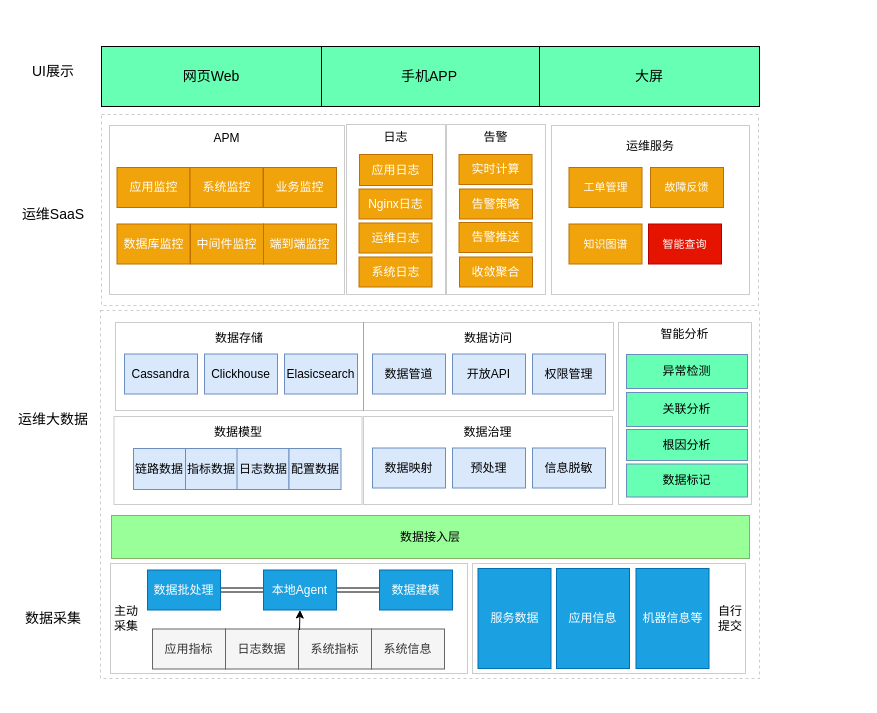
Earlier version of the draw.io diagram 传化盖亚架构图.drawio (sunface/draw.io). Source tidied: cells renumbered, new cells numbered last; positions are measured from the earlier drawing's top-left corner, leaving out a move shared by most shapes. Both pictures are drawn from the tidied source at 100%, with x=0, y=0 at pixel (17, 46).
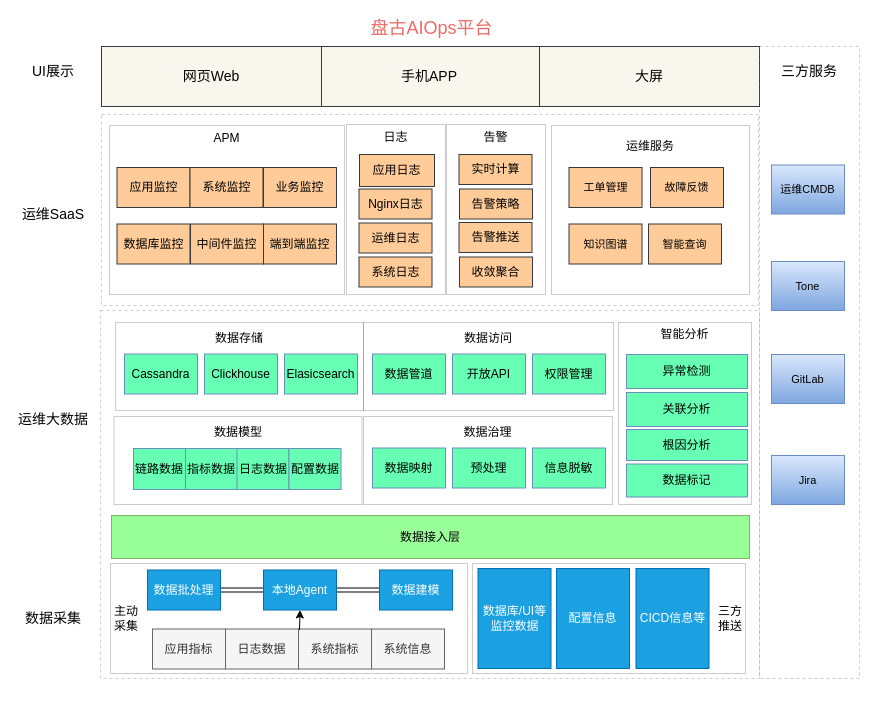
Above is the later version.

Commit message (it also covers changes not shown here):
Update 传化盖亚架构图.drawio

Diff of the diagram source:
```diff
@@
-    <mxCell id="16" value="链路数据" style="rounded=0;whiteSpace=wrap;html=1;shadow=0;fillColor=#dae8fc;fontSize=12;strokeColor=#6c8ebf;" parent="1" vertex="1">
+    <mxCell id="16" value="链路数据" style="rounded=0;whiteSpace=wrap;html=1;shadow=0;fillColor=#66FFB3;fontSize=12;strokeColor=#6c8ebf;" parent="1" vertex="1">
       <mxGeometry x="116" y="402" width="52" height="41" as="geometry" />
     </mxCell>
@@
-    <mxCell id="18" value="数据映射" style="rounded=0;whiteSpace=wrap;html=1;shadow=0;fillColor=#dae8fc;fontSize=12;strokeColor=#6c8ebf;" parent="1" vertex="1">
+    <mxCell id="18" value="数据映射" style="rounded=0;whiteSpace=wrap;html=1;shadow=0;fillColor=#66FFB3;fontSize=12;strokeColor=#6c8ebf;" parent="1" vertex="1">
       <mxGeometry x="355" y="401.5" width="73" height="40" as="geometry" />
     </mxCell>
-    <mxCell id="19" value="预处理" style="rounded=0;whiteSpace=wrap;html=1;shadow=0;fillColor=#dae8fc;fontSize=12;strokeColor=#6c8ebf;" parent="1" vertex="1">
+    <mxCell id="19" value="预处理" style="rounded=0;whiteSpace=wrap;html=1;shadow=0;fillColor=#66FFB3;fontSize=12;strokeColor=#6c8ebf;" parent="1" vertex="1">
       <mxGeometry x="435" y="401.5" width="73" height="40" as="geometry" />
     </mxCell>
@@
-    <mxCell id="21" value="Cassandra" style="rounded=0;whiteSpace=wrap;html=1;shadow=0;fillColor=#dae8fc;fontSize=12;strokeColor=#6c8ebf;" parent="1" vertex="1">
+    <mxCell id="21" value="Cassandra" style="rounded=0;whiteSpace=wrap;html=1;shadow=0;fillColor=#66FFB3;fontSize=12;strokeColor=#6c8ebf;" parent="1" vertex="1">
       <mxGeometry x="107" y="307.5" width="73" height="40" as="geometry" />
     </mxCell>
-    <mxCell id="22" value="Clickhouse" style="rounded=0;whiteSpace=wrap;html=1;shadow=0;fillColor=#dae8fc;fontSize=12;strokeColor=#6c8ebf;" parent="1" vertex="1">
+    <mxCell id="22" value="Clickhouse" style="rounded=0;whiteSpace=wrap;html=1;shadow=0;fillColor=#66FFB3;fontSize=12;strokeColor=#6c8ebf;" parent="1" vertex="1">
       <mxGeometry x="187" y="307.5" width="73" height="40" as="geometry" />
     </mxCell>
-    <mxCell id="23" value="Elasicsearch" style="rounded=0;whiteSpace=wrap;html=1;shadow=0;fillColor=#dae8fc;fontSize=12;strokeColor=#6c8ebf;" parent="1" vertex="1">
+    <mxCell id="23" value="Elasicsearch" style="rounded=0;whiteSpace=wrap;html=1;shadow=0;fillColor=#66FFB3;fontSize=12;strokeColor=#6c8ebf;" parent="1" vertex="1">
       <mxGeometry x="267" y="307.5" width="73" height="40" as="geometry" />
     </mxCell>
@@
-    <mxCell id="25" value="数据管道" style="rounded=0;whiteSpace=wrap;html=1;shadow=0;fillColor=#dae8fc;fontSize=12;strokeColor=#6c8ebf;" parent="1" vertex="1">
+    <mxCell id="25" value="数据管道" style="rounded=0;whiteSpace=wrap;html=1;shadow=0;fillColor=#66FFB3;fontSize=12;strokeColor=#6c8ebf;" parent="1" vertex="1">
       <mxGeometry x="355" y="307.5" width="73" height="40" as="geometry" />
     </mxCell>
-    <mxCell id="26" value="开放API" style="rounded=0;whiteSpace=wrap;html=1;shadow=0;fillColor=#dae8fc;fontSize=12;strokeColor=#6c8ebf;" parent="1" vertex="1">
+    <mxCell id="26" value="开放API" style="rounded=0;whiteSpace=wrap;html=1;shadow=0;fillColor=#66FFB3;fontSize=12;strokeColor=#6c8ebf;" parent="1" vertex="1">
       <mxGeometry x="435" y="307.5" width="73" height="40" as="geometry" />
     </mxCell>
-    <mxCell id="27" value="信息脱敏" style="rounded=0;whiteSpace=wrap;html=1;shadow=0;fillColor=#dae8fc;fontSize=12;strokeColor=#6c8ebf;" parent="1" vertex="1">
+    <mxCell id="27" value="信息脱敏" style="rounded=0;whiteSpace=wrap;html=1;shadow=0;fillColor=#66FFB3;fontSize=12;strokeColor=#6c8ebf;" parent="1" vertex="1">
       <mxGeometry x="515" y="401.5" width="73" height="40" as="geometry" />
     </mxCell>
-    <mxCell id="28" value="权限管理" style="rounded=0;whiteSpace=wrap;html=1;shadow=0;fillColor=#dae8fc;fontSize=12;strokeColor=#6c8ebf;" parent="1" vertex="1">
+    <mxCell id="28" value="权限管理" style="rounded=0;whiteSpace=wrap;html=1;shadow=0;fillColor=#66FFB3;fontSize=12;strokeColor=#6c8ebf;" parent="1" vertex="1">
       <mxGeometry x="515" y="307.5" width="73" height="40" as="geometry" />
     </mxCell>
@@
-    <mxCell id="35" value="服务数据" style="rounded=0;whiteSpace=wrap;html=1;shadow=0;fillColor=#1ba1e2;fontSize=12;strokeColor=#006EAF;fontColor=#ffffff;" parent="1" vertex="1">
+    <mxCell id="35" value="数据库/UI等监控数据" style="rounded=0;whiteSpace=wrap;html=1;shadow=0;fillColor=#1ba1e2;fontSize=12;strokeColor=#006EAF;fontColor=#ffffff;" parent="1" vertex="1">
       <mxGeometry x="460.5" y="522" width="73" height="100" as="geometry" />
     </mxCell>
-    <mxCell id="36" value="自行提交" style="text;html=1;strokeColor=none;fillColor=none;align=center;verticalAlign=middle;whiteSpace=wrap;rounded=0;shadow=0;fontSize=12;opacity=20;" parent="1" vertex="1">
+    <mxCell id="36" value="三方推送" style="text;html=1;strokeColor=none;fillColor=none;align=center;verticalAlign=middle;whiteSpace=wrap;rounded=0;shadow=0;fontSize=12;opacity=20;" parent="1" vertex="1">
       <mxGeometry x="698" y="562" width="30" height="20" as="geometry" />
     </mxCell>
-    <mxCell id="37" value="应用信息" style="rounded=0;whiteSpace=wrap;html=1;shadow=0;fillColor=#1ba1e2;fontSize=12;strokeColor=#006EAF;fontColor=#ffffff;" parent="1" vertex="1">
+    <mxCell id="37" value="配置信息" style="rounded=0;whiteSpace=wrap;html=1;shadow=0;fillColor=#1ba1e2;fontSize=12;strokeColor=#006EAF;fontColor=#ffffff;" parent="1" vertex="1">
       <mxGeometry x="539" y="522" width="73" height="100" as="geometry" />
     </mxCell>
-    <mxCell id="38" value="机器信息等" style="rounded=0;whiteSpace=wrap;html=1;shadow=0;fillColor=#1ba1e2;fontSize=12;strokeColor=#006EAF;fontColor=#ffffff;" parent="1" vertex="1">
+    <mxCell id="38" value="CICD信息等" style="rounded=0;whiteSpace=wrap;html=1;shadow=0;fillColor=#1ba1e2;fontSize=12;strokeColor=#006EAF;fontColor=#ffffff;" parent="1" vertex="1">
       <mxGeometry x="618.5" y="522" width="73" height="100" as="geometry" />
     </mxCell>
@@
-    <mxCell id="42" value="应用监控" style="rounded=0;whiteSpace=wrap;html=1;shadow=0;fillColor=#f0a30a;fontSize=12;strokeColor=#BD7000;fontColor=#ffffff;" parent="1" vertex="1">
+    <mxCell id="42" value="应用监控" style="rounded=0;whiteSpace=wrap;html=1;shadow=0;fillColor=#ffcc99;fontSize=12;strokeColor=#36393d;" parent="1" vertex="1">
       <mxGeometry x="99.5" y="121" width="73" height="40" as="geometry" />
     </mxCell>
-    <mxCell id="43" value="系统监控" style="rounded=0;whiteSpace=wrap;html=1;shadow=0;fillColor=#f0a30a;fontSize=12;strokeColor=#BD7000;fontColor=#ffffff;" parent="1" vertex="1">
+    <mxCell id="43" value="系统监控" style="rounded=0;whiteSpace=wrap;html=1;shadow=0;fillColor=#ffcc99;fontSize=12;strokeColor=#36393d;" parent="1" vertex="1">
       <mxGeometry x="172.5" y="121" width="73" height="40" as="geometry" />
     </mxCell>
-    <mxCell id="44" value="业务监控" style="rounded=0;whiteSpace=wrap;html=1;shadow=0;fillColor=#f0a30a;fontSize=12;strokeColor=#BD7000;fontColor=#ffffff;" parent="1" vertex="1">
+    <mxCell id="44" value="业务监控" style="rounded=0;whiteSpace=wrap;html=1;shadow=0;fillColor=#ffcc99;fontSize=12;strokeColor=#36393d;" parent="1" vertex="1">
       <mxGeometry x="246" y="121" width="73" height="40" as="geometry" />
     </mxCell>
-    <mxCell id="45" value="数据库监控" style="rounded=0;whiteSpace=wrap;html=1;shadow=0;fillColor=#f0a30a;fontSize=12;strokeColor=#BD7000;fontColor=#ffffff;" parent="1" vertex="1">
+    <mxCell id="45" value="数据库监控" style="rounded=0;whiteSpace=wrap;html=1;shadow=0;fillColor=#ffcc99;fontSize=12;strokeColor=#36393d;" parent="1" vertex="1">
       <mxGeometry x="99.5" y="177.5" width="73" height="40" as="geometry" />
     </mxCell>
-    <mxCell id="46" value="中间件监控" style="rounded=0;whiteSpace=wrap;html=1;shadow=0;fillColor=#f0a30a;fontSize=12;strokeColor=#BD7000;fontColor=#ffffff;" parent="1" vertex="1">
+    <mxCell id="46" value="中间件监控" style="rounded=0;whiteSpace=wrap;html=1;shadow=0;fillColor=#ffcc99;fontSize=12;strokeColor=#36393d;" parent="1" vertex="1">
       <mxGeometry x="173" y="177.5" width="73" height="40" as="geometry" />
     </mxCell>
-    <mxCell id="47" value="端到端监控" style="rounded=0;whiteSpace=wrap;html=1;shadow=0;fillColor=#f0a30a;fontSize=12;strokeColor=#BD7000;fontColor=#ffffff;" parent="1" vertex="1">
+    <mxCell id="47" value="端到端监控" style="rounded=0;whiteSpace=wrap;html=1;shadow=0;fillColor=#ffcc99;fontSize=12;strokeColor=#36393d;" parent="1" vertex="1">
       <mxGeometry x="246" y="177.5" width="73" height="40" as="geometry" />
     </mxCell>
@@
-    <mxCell id="49" value="应用日志" style="rounded=0;whiteSpace=wrap;html=1;shadow=0;fillColor=#f0a30a;fontSize=12;strokeColor=#BD7000;fontColor=#ffffff;" parent="1" vertex="1">
-      <mxGeometry x="342" y="108" width="73" height="31" as="geometry" />
+    <mxCell id="49" value="应用日志" style="rounded=0;whiteSpace=wrap;html=1;shadow=0;fillColor=#ffcc99;fontSize=12;strokeColor=#36393d;" parent="1" vertex="1">
+      <mxGeometry x="342" y="108" width="75" height="32" as="geometry" />
     </mxCell>
-    <mxCell id="50" value="Nginx日志" style="rounded=0;whiteSpace=wrap;html=1;shadow=0;fillColor=#f0a30a;fontSize=12;strokeColor=#BD7000;fontColor=#ffffff;" parent="1" vertex="1">
+    <mxCell id="50" value="Nginx日志" style="rounded=0;whiteSpace=wrap;html=1;shadow=0;fillColor=#ffcc99;fontSize=12;strokeColor=#36393d;" parent="1" vertex="1">
       <mxGeometry x="341.5" y="142.5" width="73" height="30" as="geometry" />
     </mxCell>
-    <mxCell id="51" value="运维日志" style="rounded=0;whiteSpace=wrap;html=1;shadow=0;fillColor=#f0a30a;fontSize=12;strokeColor=#BD7000;fontColor=#ffffff;" parent="1" vertex="1">
+    <mxCell id="51" value="运维日志" style="rounded=0;whiteSpace=wrap;html=1;shadow=0;fontSize=12;fillColor=#ffcc99;strokeColor=#36393d;" parent="1" vertex="1">
       <mxGeometry x="341.5" y="176.5" width="73" height="30" as="geometry" />
     </mxCell>
-    <mxCell id="52" value="系统日志" style="rounded=0;whiteSpace=wrap;html=1;shadow=0;fillColor=#f0a30a;fontSize=12;strokeColor=#BD7000;fontColor=#ffffff;" parent="1" vertex="1">
+    <mxCell id="52" value="系统日志" style="rounded=0;whiteSpace=wrap;html=1;shadow=0;fillColor=#ffcc99;fontSize=12;strokeColor=#36393d;" parent="1" vertex="1">
       <mxGeometry x="341.5" y="210.5" width="73" height="30" as="geometry" />
     </mxCell>
@@
-    <mxCell id="54" value="实时计算" style="rounded=0;whiteSpace=wrap;html=1;shadow=0;fillColor=#f0a30a;fontSize=12;strokeColor=#BD7000;fontColor=#ffffff;" parent="1" vertex="1">
+    <mxCell id="54" value="实时计算" style="rounded=0;whiteSpace=wrap;html=1;shadow=0;fillColor=#ffcc99;fontSize=12;strokeColor=#36393d;" parent="1" vertex="1">
       <mxGeometry x="441.5" y="108" width="73" height="30" as="geometry" />
     </mxCell>
-    <mxCell id="55" value="告警策略" style="rounded=0;whiteSpace=wrap;html=1;shadow=0;fillColor=#f0a30a;fontSize=12;strokeColor=#BD7000;fontColor=#ffffff;" parent="1" vertex="1">
+    <mxCell id="55" value="告警策略" style="rounded=0;whiteSpace=wrap;html=1;shadow=0;fillColor=#ffcc99;fontSize=12;strokeColor=#36393d;" parent="1" vertex="1">
       <mxGeometry x="442" y="142.5" width="73" height="30" as="geometry" />
     </mxCell>
-    <mxCell id="56" value="告警推送" style="rounded=0;whiteSpace=wrap;html=1;shadow=0;fillColor=#f0a30a;fontSize=12;strokeColor=#BD7000;fontColor=#ffffff;" parent="1" vertex="1">
+    <mxCell id="56" value="告警推送" style="rounded=0;whiteSpace=wrap;html=1;shadow=0;fillColor=#ffcc99;fontSize=12;strokeColor=#36393d;" parent="1" vertex="1">
       <mxGeometry x="441.5" y="176" width="73" height="30" as="geometry" />
     </mxCell>
-    <mxCell id="57" value="收敛聚合" style="rounded=0;whiteSpace=wrap;html=1;shadow=0;fillColor=#f0a30a;fontSize=12;strokeColor=#BD7000;fontColor=#ffffff;" parent="1" vertex="1">
+    <mxCell id="57" value="收敛聚合" style="rounded=0;whiteSpace=wrap;html=1;shadow=0;fillColor=#ffcc99;fontSize=12;strokeColor=#36393d;" parent="1" vertex="1">
       <mxGeometry x="442" y="210.5" width="73" height="30" as="geometry" />
     </mxCell>
@@
-    <mxCell id="60" value="大屏" style="rounded=0;whiteSpace=wrap;html=1;shadow=0;fillColor=#66FFB3;gradientColor=none;fontSize=14;" parent="1" vertex="1">
+    <mxCell id="60" value="大屏" style="rounded=0;whiteSpace=wrap;html=1;shadow=0;fillColor=#f9f7ed;fontSize=14;strokeColor=#36393d;" parent="1" vertex="1">
       <mxGeometry x="522" width="220" height="60" as="geometry" />
     </mxCell>
-    <mxCell id="61" value="手机APP" style="rounded=0;whiteSpace=wrap;html=1;shadow=0;fillColor=#66FFB3;gradientColor=none;fontSize=14;" parent="1" vertex="1">
+    <mxCell id="61" value="手机APP" style="rounded=0;whiteSpace=wrap;html=1;shadow=0;fillColor=#f9f7ed;fontSize=14;strokeColor=#36393d;" parent="1" vertex="1">
       <mxGeometry x="302" width="220" height="60" as="geometry" />
     </mxCell>
-    <mxCell id="62" value="网页Web" style="rounded=0;whiteSpace=wrap;html=1;shadow=0;fillColor=#66FFB3;gradientColor=none;fontSize=14;" parent="1" vertex="1">
+    <mxCell id="62" value="网页Web" style="rounded=0;whiteSpace=wrap;html=1;shadow=0;fillColor=#f9f7ed;fontSize=14;strokeColor=#36393d;" parent="1" vertex="1">
       <mxGeometry x="84" width="220" height="60" as="geometry" />
     </mxCell>
-    <mxCell id="63" value="智能查询" style="rounded=0;whiteSpace=wrap;html=1;shadow=0;fillColor=#e51400;fontSize=11;strokeColor=#B20000;fontColor=#ffffff;" parent="1" vertex="1">
+    <mxCell id="63" value="智能查询" style="rounded=0;whiteSpace=wrap;html=1;shadow=0;fillColor=#ffcc99;fontSize=11;strokeColor=#36393d;" parent="1" vertex="1">
       <mxGeometry x="631" y="177.5" width="73" height="40" as="geometry" />
     </mxCell>
-    <mxCell id="64" value="知识图谱" style="rounded=0;whiteSpace=wrap;html=1;shadow=0;fillColor=#f0a30a;fontSize=11;strokeColor=#BD7000;fontColor=#ffffff;" parent="1" vertex="1">
+    <mxCell id="64" value="知识图谱" style="rounded=0;whiteSpace=wrap;html=1;shadow=0;fillColor=#ffcc99;fontSize=11;strokeColor=#36393d;" parent="1" vertex="1">
       <mxGeometry x="551.5" y="177.5" width="73" height="40" as="geometry" />
     </mxCell>
-    <mxCell id="65" value="工单管理" style="rounded=0;whiteSpace=wrap;html=1;shadow=0;fillColor=#f0a30a;fontSize=11;strokeColor=#BD7000;fontColor=#ffffff;" parent="1" vertex="1">
+    <mxCell id="65" value="工单管理" style="rounded=0;whiteSpace=wrap;html=1;shadow=0;fillColor=#ffcc99;fontSize=11;strokeColor=#36393d;" parent="1" vertex="1">
       <mxGeometry x="551.5" y="121" width="73" height="40" as="geometry" />
     </mxCell>
-    <mxCell id="66" value="故障反馈" style="rounded=0;whiteSpace=wrap;html=1;shadow=0;fillColor=#f0a30a;fontSize=11;strokeColor=#BD7000;fontColor=#ffffff;" parent="1" vertex="1">
+    <mxCell id="66" value="故障反馈" style="rounded=0;whiteSpace=wrap;html=1;shadow=0;fillColor=#ffcc99;fontSize=11;strokeColor=#36393d;" parent="1" vertex="1">
       <mxGeometry x="633" y="121" width="73" height="40" as="geometry" />
     </mxCell>
-    <mxCell id="67" value="指标数据" style="rounded=0;whiteSpace=wrap;html=1;shadow=0;fillColor=#dae8fc;fontSize=12;strokeColor=#6c8ebf;" parent="1" vertex="1">
+    <mxCell id="67" value="指标数据" style="rounded=0;whiteSpace=wrap;html=1;shadow=0;fillColor=#66FFB3;fontSize=12;strokeColor=#6c8ebf;" parent="1" vertex="1">
       <mxGeometry x="168" y="402" width="52" height="41" as="geometry" />
     </mxCell>
-    <mxCell id="68" value="日志数据" style="rounded=0;whiteSpace=wrap;html=1;shadow=0;fillColor=#dae8fc;fontSize=12;strokeColor=#6c8ebf;" parent="1" vertex="1">
+    <mxCell id="68" value="日志数据" style="rounded=0;whiteSpace=wrap;html=1;shadow=0;fillColor=#66FFB3;fontSize=12;strokeColor=#6c8ebf;" parent="1" vertex="1">
       <mxGeometry x="219.5" y="402" width="52" height="41" as="geometry" />
     </mxCell>
-    <mxCell id="69" value="配置数据" style="rounded=0;whiteSpace=wrap;html=1;shadow=0;fillColor=#dae8fc;fontSize=12;strokeColor=#6c8ebf;" parent="1" vertex="1">
+    <mxCell id="69" value="配置数据" style="rounded=0;whiteSpace=wrap;html=1;shadow=0;fillColor=#66FFB3;fontSize=12;strokeColor=#6c8ebf;" parent="1" vertex="1">
       <mxGeometry x="271.5" y="402" width="52" height="41" as="geometry" />
     </mxCell>
@@
+    <mxCell id="74" style="rounded=0;whiteSpace=wrap;html=1;fontSize=10;dashed=1;gradientColor=none;fillColor=#ffffff;shadow=0;opacity=20;" parent="1" vertex="1">
+      <mxGeometry x="742" width="100" height="632" as="geometry" />
+    </mxCell>
+    <mxCell id="75" value="三方服务" style="text;html=1;strokeColor=none;fillColor=none;align=center;verticalAlign=middle;whiteSpace=wrap;rounded=0;shadow=0;dashed=1;fontSize=14;opacity=20;" parent="1" vertex="1">
+      <mxGeometry x="756" y="15" width="72" height="20" as="geometry" />
+    </mxCell>
+    <mxCell id="76" value="运维CMDB" style="rounded=0;whiteSpace=wrap;html=1;shadow=0;fillColor=#dae8fc;fontSize=11;strokeColor=#6c8ebf;gradientColor=#7ea6e0;" parent="1" vertex="1">
+      <mxGeometry x="754" y="118.5" width="73" height="49" as="geometry" />
+    </mxCell>
+    <mxCell id="77" value="Tone" style="rounded=0;whiteSpace=wrap;html=1;shadow=0;fillColor=#dae8fc;fontSize=11;strokeColor=#6c8ebf;gradientColor=#7ea6e0;" parent="1" vertex="1">
+      <mxGeometry x="754" y="215" width="73" height="49" as="geometry" />
+    </mxCell>
+    <mxCell id="78" value="GitLab" style="rounded=0;whiteSpace=wrap;html=1;shadow=0;fillColor=#dae8fc;fontSize=11;strokeColor=#6c8ebf;gradientColor=#7ea6e0;" parent="1" vertex="1">
+      <mxGeometry x="754" y="308" width="73" height="49" as="geometry" />
+    </mxCell>
+    <mxCell id="79" value="Jira" style="rounded=0;whiteSpace=wrap;html=1;shadow=0;fillColor=#dae8fc;fontSize=11;strokeColor=#6c8ebf;gradientColor=#7ea6e0;" parent="1" vertex="1">
+      <mxGeometry x="754" y="409" width="73" height="49" as="geometry" />
+    </mxCell>
+    <mxCell id="80" value="盘古AIOps平台" style="text;html=1;strokeColor=none;fillColor=none;align=center;verticalAlign=middle;whiteSpace=wrap;rounded=0;fontSize=18;fontColor=#EA6B66;" parent="1" vertex="1">
+      <mxGeometry x="335" y="-28" width="159" height="20" as="geometry" />
+    </mxCell>
```
